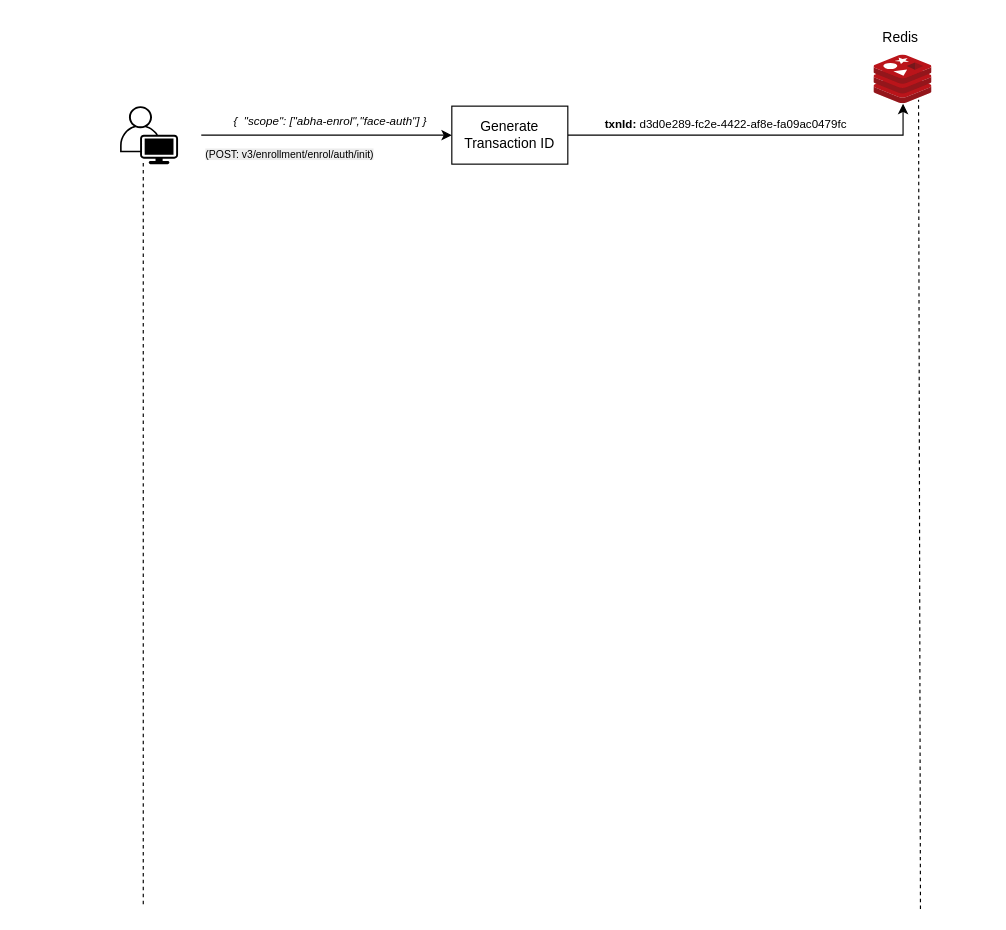
Earlier version of the draw.io diagram Face_auth_without_pid_workflow.drawio (maddy23285/policies). Source tidied: cells renumbered, new cells numbered last; positions are measured from the earlier drawing's top-left corner, leaving out a move shared by most shapes. Both pictures are drawn from the tidied source at 116%, with x=0, y=0 at pixel (119, 20). Pictures stored in the file or linked from it are replaced by grey dashed boxes.
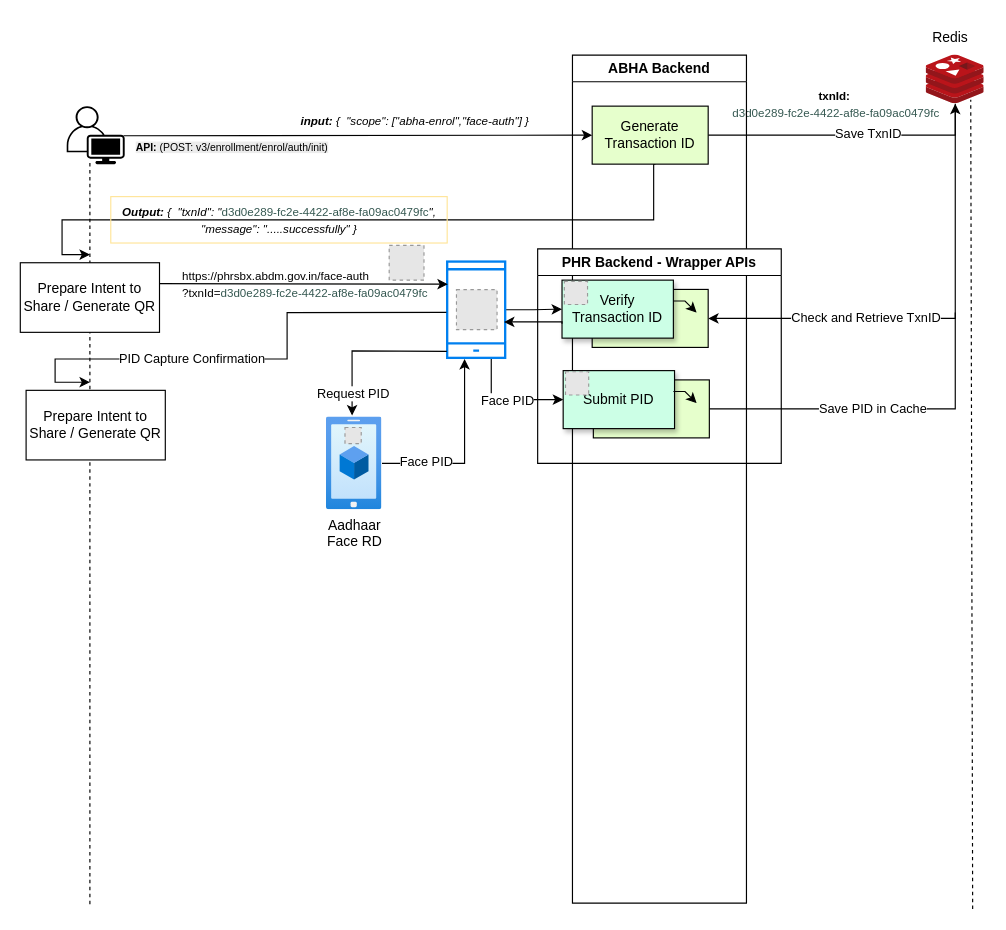
The same diagram, later.

Unchanged cells that the change refers to:
```xml
<mxCell id="2" style="edgeStyle=orthogonalEdgeStyle;rounded=0;jettySize=auto;html=1;" parent="1" edge="1" source="3" target="9">
  <mxGeometry relative="1" as="geometry" />
</mxCell>
```

The edit, as a diff of the source:
```diff
@@
+    <mxCell id="13" value="Save TxnID" style="edgeLabel;html=1;align=center;verticalAlign=middle;" parent="2" vertex="1">
+      <mxGeometry x="-0.17" y="2" relative="1" as="geometry">
+        <mxPoint x="37" as="offset" />
+      </mxGeometry>
+    </mxCell>
+    <mxCell id="14" style="edgeStyle=orthogonalEdgeStyle;rounded=0;jettySize=auto;html=1;exitX=0.545;exitY=1;exitDx=0;exitDy=0;exitPerimeter=0;" parent="1" edge="1" source="3">
+      <mxGeometry relative="1" as="geometry">
+        <mxPoint x="-26" y="202" as="targetPoint" />
+        <Array as="points">
+          <mxPoint x="460" y="124" />
+          <mxPoint x="460" y="172" />
+          <mxPoint x="-50" y="172" />
+          <mxPoint x="-50" y="202" />
+        </Array>
+      </mxGeometry>
+    </mxCell>
-    <mxCell id="3" value="Generate Transaction ID" style="rounded=0;whiteSpace=wrap;html=1;" parent="1" vertex="1">
-      <mxGeometry x="286" y="74" width="100" height="50" as="geometry" />
+    <mxCell id="3" value="Generate Transaction ID" style="rounded=0;whiteSpace=wrap;html=1;fillColor=#E6FFCC;" parent="1" vertex="1">
+      <mxGeometry x="407" y="74" width="100" height="50" as="geometry" />
     </mxCell>
     <mxCell id="4" style="points=[[0.35,0,0],[0.98,0.51,0],[1,0.71,0],[0.67,1,0],[0,0.795,0],[0,0.65,0]];verticalLabelPosition=bottom;sketch=0;html=1;verticalAlign=top;align=center;shape=mxgraph.cisco19.user;fillColor=#000000;strokeColor=none;" parent="1" vertex="1">
-      <mxGeometry y="74" width="50" height="50" as="geometry" />
+      <mxGeometry x="-46" y="74" width="50" height="50" as="geometry" />
     </mxCell>
-    <mxCell id="5" style="endArrow=classic;html=1;rounded=0;entryX=0;entryY=0.5;entryDx=0;entryDy=0;" parent="1" edge="1" target="3">
-      <mxGeometry relative="1" as="geometry">
-        <mxPoint x="70" y="99" as="sourcePoint" />
-      </mxGeometry>
+    <mxCell id="5" style="endArrow=classic;html=1;rounded=0;entryX=0;entryY=0.5;entryDx=0;entryDy=0;exitX=0.98;exitY=0.51;exitDx=0;exitDy=0;exitPerimeter=0;" parent="1" edge="1" source="4" target="3">
+      <mxGeometry relative="1" as="geometry" />
     </mxCell>
-    <mxCell id="6" value="&lt;span style=&quot;color: rgb(0, 0, 0); font-family: Helvetica; font-size: 9px; font-style: normal; font-variant-ligatures: normal; font-variant-caps: normal; font-weight: 400; letter-spacing: normal; orphans: 2; text-align: center; text-indent: 0px; text-transform: none; widows: 2; word-spacing: 0px; -webkit-text-stroke-width: 0px; white-space: nowrap; background-color: rgb(236, 236, 236); text-decoration-thickness: initial; text-decoration-style: initial; text-decoration-color: initial; float: none; display: inline !important;&quot;&gt;(POST: v3/enrollment/enrol/auth/init)&lt;/span&gt;" style="text;whiteSpace=wrap;html=1;" parent="1" vertex="1">
-      <mxGeometry x="72" y="101" width="151" height="24" as="geometry" />
+    <mxCell id="6" value="&lt;span style=&quot;color: rgb(0, 0, 0); font-family: Helvetica; font-size: 9px; font-style: normal; font-variant-ligatures: normal; font-variant-caps: normal; letter-spacing: normal; orphans: 2; text-align: center; text-indent: 0px; text-transform: none; widows: 2; word-spacing: 0px; -webkit-text-stroke-width: 0px; white-space: nowrap; background-color: rgb(236, 236, 236); text-decoration-thickness: initial; text-decoration-style: initial; text-decoration-color: initial; float: none; display: inline !important;&quot;&gt;&lt;b&gt;API:&lt;/b&gt;&lt;/span&gt;&lt;span style=&quot;color: rgb(0, 0, 0); font-family: Helvetica; font-size: 9px; font-style: normal; font-variant-ligatures: normal; font-variant-caps: normal; font-weight: 400; letter-spacing: normal; orphans: 2; text-align: center; text-indent: 0px; text-transform: none; widows: 2; word-spacing: 0px; -webkit-text-stroke-width: 0px; white-space: nowrap; background-color: rgb(236, 236, 236); text-decoration-thickness: initial; text-decoration-style: initial; text-decoration-color: initial; float: none; display: inline !important;&quot;&gt; (POST: v3/enrollment/enrol/auth/init)&lt;/span&gt;" style="text;whiteSpace=wrap;html=1;" parent="1" vertex="1">
+      <mxGeometry x="12" y="95" width="151" height="24" as="geometry" />
     </mxCell>
-    <mxCell id="7" value="&lt;div&gt;&lt;i&gt;&lt;font size=&quot;1&quot;&gt;{&amp;nbsp;&amp;nbsp;&lt;/font&gt;&lt;span style=&quot;font-size: x-small; background-color: transparent; color: light-dark(rgb(0, 0, 0), rgb(255, 255, 255));&quot;&gt;&quot;scope&quot;: [&lt;/span&gt;&lt;span style=&quot;font-size: x-small; background-color: transparent; color: light-dark(rgb(0, 0, 0), rgb(255, 255, 255));&quot;&gt;&quot;abha-enrol&quot;,&lt;/span&gt;&lt;span style=&quot;font-size: x-small; background-color: transparent; color: light-dark(rgb(0, 0, 0), rgb(255, 255, 255));&quot;&gt;&quot;face-auth&quot;&lt;/span&gt;&lt;span style=&quot;font-size: x-small; background-color: transparent; color: light-dark(rgb(0, 0, 0), rgb(255, 255, 255));&quot;&gt;]&amp;nbsp;&lt;/span&gt;&lt;span style=&quot;font-size: x-small; background-color: transparent; color: light-dark(rgb(0, 0, 0), rgb(255, 255, 255));&quot;&gt;}&lt;/span&gt;&lt;/i&gt;&lt;/div&gt;" style="text;html=1;align=center;verticalAlign=middle;strokeColor=none;fillColor=none;" parent="1" vertex="1">
-      <mxGeometry x="86" y="72" width="190" height="30" as="geometry" />
+    <mxCell id="7" value="&lt;div&gt;&lt;i&gt;&lt;font size=&quot;1&quot;&gt;&lt;b&gt;input:&lt;/b&gt; {&amp;nbsp;&amp;nbsp;&lt;/font&gt;&lt;span style=&quot;font-size: x-small; background-color: transparent; color: light-dark(rgb(0, 0, 0), rgb(255, 255, 255));&quot;&gt;&quot;scope&quot;: [&lt;/span&gt;&lt;span style=&quot;font-size: x-small; background-color: transparent; color: light-dark(rgb(0, 0, 0), rgb(255, 255, 255));&quot;&gt;&quot;abha-enrol&quot;,&lt;/span&gt;&lt;span style=&quot;font-size: x-small; background-color: transparent; color: light-dark(rgb(0, 0, 0), rgb(255, 255, 255));&quot;&gt;&quot;face-auth&quot;&lt;/span&gt;&lt;span style=&quot;font-size: x-small; background-color: transparent; color: light-dark(rgb(0, 0, 0), rgb(255, 255, 255));&quot;&gt;]&amp;nbsp;&lt;/span&gt;&lt;span style=&quot;font-size: x-small; background-color: transparent; color: light-dark(rgb(0, 0, 0), rgb(255, 255, 255));&quot;&gt;}&lt;/span&gt;&lt;/i&gt;&lt;/div&gt;" style="text;html=1;align=center;verticalAlign=middle;strokeColor=none;fillColor=none;" parent="1" vertex="1">
+      <mxGeometry x="144" y="72" width="220" height="30" as="geometry" />
     </mxCell>
     <mxCell id="8" style="endArrow=none;dashed=1;html=1;rounded=0;" parent="1" edge="1">
       <mxGeometry relative="1" as="geometry">
-        <mxPoint x="20" y="762" as="sourcePoint" />
-        <mxPoint x="20" y="122" as="targetPoint" />
+        <mxPoint x="-26" y="762" as="sourcePoint" />
+        <mxPoint x="-26" y="122" as="targetPoint" />
       </mxGeometry>
     </mxCell>
+    <mxCell id="15" style="edgeStyle=orthogonalEdgeStyle;rounded=0;jettySize=auto;html=1;entryX=1;entryY=0.5;entryDx=0;entryDy=0;" parent="1" edge="1" source="9" target="27">
+      <mxGeometry relative="1" as="geometry">
+        <Array as="points">
+          <mxPoint x="720" y="257" />
+        </Array>
+      </mxGeometry>
+    </mxCell>
+    <mxCell id="16" value="Check and Retrieve TxnID" style="edgeLabel;html=1;align=center;verticalAlign=middle;" parent="15" vertex="1">
+      <mxGeometry x="0.52" y="-1" relative="1" as="geometry">
+        <mxPoint x="39" as="offset" />
+      </mxGeometry>
+    </mxCell>
     <mxCell id="9" style="image;sketch=0;html=1;points=[];align=center;fontSize=12;image=img/lib/mscae/Cache_Redis_Product.svg;" parent="1" vertex="1">
-      <mxGeometry x="650" y="30" width="50" height="42" as="geometry" />
+      <mxGeometry x="695" y="30" width="50" height="42" as="geometry" />
     </mxCell>
-    <mxCell id="10" value="&lt;font size=&quot;1&quot;&gt;&lt;span style=&quot;font-style: normal;&quot;&gt;&lt;b&gt;txnId:&lt;/b&gt;&amp;nbsp;d3d0e289-fc2e-4422-af8e-fa09ac0479fc&lt;/span&gt;&lt;/font&gt;" style="text;html=1;align=center;verticalAlign=middle;strokeColor=none;fillColor=none;fontStyle=2;" parent="1" vertex="1">
-      <mxGeometry x="407" y="74" width="230" height="30" as="geometry" />
+    <mxCell id="10" value="&lt;font size=&quot;1&quot;&gt;&lt;span style=&quot;font-style: normal;&quot;&gt;&lt;b&gt;txnId:&lt;/b&gt;&amp;nbsp;&lt;/span&gt;&lt;/font&gt;&lt;div&gt;&lt;font style=&quot;color: rgb(53, 88, 81);&quot; size=&quot;1&quot;&gt;&lt;span style=&quot;font-style: normal;&quot;&gt;d3d0e289-fc2e-4422-af8e-fa09ac0479fc&lt;/span&gt;&lt;/font&gt;&lt;/div&gt;" style="text;html=1;align=center;verticalAlign=middle;strokeColor=none;fillColor=none;fontStyle=2;" parent="1" vertex="1">
+      <mxGeometry x="517" y="52" width="200" height="40" as="geometry" />
     </mxCell>
     <mxCell id="11" value="Redis" style="text;html=1;align=center;verticalAlign=middle;whiteSpace=wrap;rounded=0;" parent="1" vertex="1">
-      <mxGeometry x="643" width="60" height="30" as="geometry" />
+      <mxGeometry x="686" width="60" height="30" as="geometry" />
     </mxCell>
     <mxCell id="12" style="endArrow=none;dashed=1;html=1;rounded=0;entryX=0.767;entryY=0.915;entryDx=0;entryDy=0;entryPerimeter=0;" parent="1" edge="1" target="9">
       <mxGeometry relative="1" as="geometry">
-        <mxPoint x="690" y="766.2" as="sourcePoint" />
+        <mxPoint x="735" y="766.2" as="sourcePoint" />
       </mxGeometry>
     </mxCell>
+    <mxCell id="17" value="Prepare Intent to Share / Generate QR" style="rounded=0;whiteSpace=wrap;html=1;" parent="1" vertex="1">
+      <mxGeometry x="-86" y="209" width="120" height="60" as="geometry" />
+    </mxCell>
+    <mxCell id="18" style="edgeStyle=orthogonalEdgeStyle;rounded=0;jettySize=auto;html=1;entryX=0;entryY=0.5;entryDx=0;entryDy=0;" parent="1" edge="1" source="21" target="28">
+      <mxGeometry relative="1" as="geometry" />
+    </mxCell>
+    <mxCell id="19" style="edgeStyle=orthogonalEdgeStyle;rounded=0;jettySize=auto;html=1;entryX=0;entryY=0.5;entryDx=0;entryDy=0;" parent="1" edge="1" source="21" target="32">
+      <mxGeometry relative="1" as="geometry">
+        <Array as="points">
+          <mxPoint x="320" y="327" />
+        </Array>
+      </mxGeometry>
+    </mxCell>
+    <mxCell id="20" value="Face PID" style="edgeLabel;html=1;align=center;verticalAlign=middle;" parent="19" vertex="1">
+      <mxGeometry x="-0.04" relative="1" as="geometry">
+        <mxPoint x="2" as="offset" />
+      </mxGeometry>
+    </mxCell>
+    <mxCell id="21" style="html=1;verticalLabelPosition=bottom;align=center;labelBackgroundColor=#ffffff;verticalAlign=top;strokeWidth=2;strokeColor=#0080F0;shadow=0;dashed=0;shape=mxgraph.ios7.icons.smartphone;" parent="1" vertex="1">
+      <mxGeometry x="282" y="208" width="50" height="83" as="geometry" />
+    </mxCell>
+    <mxCell id="22" style="edgeStyle=orthogonalEdgeStyle;rounded=0;jettySize=auto;html=1;entryX=0.011;entryY=0.235;entryDx=0;entryDy=0;entryPerimeter=0;" parent="1" edge="1" target="21">
+      <mxGeometry relative="1" as="geometry">
+        <mxPoint x="34" y="227" as="sourcePoint" />
+      </mxGeometry>
+    </mxCell>
+    <mxCell id="23" style="fillColor=#E6E6E6;strokeColor=#999999;dashed=1;html=1;verticalAlign=top;verticalLabelPosition=bottom;labelBackgroundColor=#ffffff;" parent="1" vertex="1">
+      <mxGeometry x="232" y="194" width="30" height="30" as="geometry" />
+    </mxCell>
+    <mxCell id="24" value="&lt;font style=&quot;&quot; size=&quot;1&quot;&gt;&lt;span style=&quot;font-style: normal;&quot;&gt;https://phrsbx.abdm.gov.in/face-auth&lt;br&gt;?txnId=&lt;/span&gt;&lt;/font&gt;&lt;span style=&quot;font-size: x-small; font-style: normal;&quot;&gt;&lt;font style=&quot;color: rgb(53, 88, 81);&quot;&gt;d3d0e289-fc2e-4422-af8e-fa09ac0479fc&lt;/font&gt;&lt;/span&gt;" style="text;html=1;align=left;verticalAlign=middle;strokeColor=none;fillColor=none;fontStyle=2;" parent="1" vertex="1">
+      <mxGeometry x="52" y="207" width="240" height="40" as="geometry" />
+    </mxCell>
+    <mxCell id="25" value="ABHA Backend" style="swimlane;whiteSpace=wrap;html=1;" parent="1" vertex="1">
+      <mxGeometry x="390" y="30" width="150" height="731" as="geometry" />
+    </mxCell>
+    <mxCell id="26" value="PHR Backend - Wrapper APIs" style="swimlane;whiteSpace=wrap;html=1;" parent="1" vertex="1">
+      <mxGeometry x="360" y="197" width="210" height="185" as="geometry" />
+    </mxCell>
+    <mxCell id="27" style="rounded=0;whiteSpace=wrap;html=1;fillColor=#E6FFCC;" parent="26" vertex="1">
+      <mxGeometry x="47" y="35" width="100" height="50" as="geometry" />
+    </mxCell>
+    <mxCell id="28" value="Verify &lt;br&gt;Transaction ID" style="rounded=0;whiteSpace=wrap;html=1;fillColor=#CCFFE6;shadow=1;" parent="26" vertex="1">
+      <mxGeometry x="21" y="27" width="96" height="50" as="geometry" />
+    </mxCell>
+    <mxCell id="29" style="fillColor=#E6E6E6;strokeColor=#999999;dashed=1;html=1;verticalAlign=top;verticalLabelPosition=bottom;labelBackgroundColor=#ffffff;" parent="26" vertex="1">
+      <mxGeometry x="23" y="28" width="20" height="20" as="geometry" />
+    </mxCell>
+    <mxCell id="30" style="endArrow=classic;html=1;rounded=0;" parent="26" edge="1">
+      <mxGeometry relative="1" as="geometry">
+        <mxPoint x="117" y="45" as="sourcePoint" />
+        <mxPoint x="137" y="55" as="targetPoint" />
+        <Array as="points">
+          <mxPoint x="127" y="45" />
+        </Array>
+      </mxGeometry>
+    </mxCell>
+    <mxCell id="31" style="rounded=0;whiteSpace=wrap;html=1;fillColor=#E6FFCC;" parent="26" vertex="1">
+      <mxGeometry x="48" y="113" width="100" height="50" as="geometry" />
+    </mxCell>
+    <mxCell id="32" value="Submit PID" style="rounded=0;whiteSpace=wrap;html=1;fillColor=#CCFFE6;shadow=1;" parent="26" vertex="1">
+      <mxGeometry x="22" y="105" width="96" height="50" as="geometry" />
+    </mxCell>
+    <mxCell id="33" style="endArrow=classic;html=1;rounded=0;" parent="26" edge="1">
+      <mxGeometry relative="1" as="geometry">
+        <mxPoint x="117" y="123" as="sourcePoint" />
+        <mxPoint x="137" y="133" as="targetPoint" />
+        <Array as="points">
+          <mxPoint x="127" y="123" />
+        </Array>
+      </mxGeometry>
+    </mxCell>
+    <mxCell id="34" style="edgeStyle=orthogonalEdgeStyle;rounded=0;jettySize=auto;html=1;entryX=0.98;entryY=0.627;entryDx=0;entryDy=0;entryPerimeter=0;exitX=0;exitY=0.75;exitDx=0;exitDy=0;" parent="1" edge="1" source="28" target="21">
+      <mxGeometry relative="1" as="geometry">
+        <Array as="points">
+          <mxPoint x="381" y="260" />
+        </Array>
+      </mxGeometry>
+    </mxCell>
+    <mxCell id="35" style="fillColor=#E6E6E6;strokeColor=#999999;dashed=1;html=1;verticalAlign=top;verticalLabelPosition=bottom;labelBackgroundColor=#ffffff;" parent="1" vertex="1">
+      <mxGeometry x="384" y="303" width="20" height="20" as="geometry" />
+    </mxCell>
+    <mxCell id="36" value="Aadhaar &lt;br&gt;Face RD" style="image;html=1;points=[];align=center;fontSize=12;image=img/lib/azure2/general/Mobile.svg;" parent="1" vertex="1">
+      <mxGeometry x="178" y="342" width="47.8" height="80" as="geometry" />
+    </mxCell>
+    <mxCell id="37" style="fillColor=#E6E6E6;strokeColor=#999999;dashed=1;html=1;verticalAlign=top;verticalLabelPosition=bottom;labelBackgroundColor=#ffffff;" parent="1" vertex="1">
+      <mxGeometry x="193.9" y="351" width="14" height="14" as="geometry" />
+    </mxCell>
+    <mxCell id="38" style="fillColor=#E6E6E6;strokeColor=#999999;dashed=1;verticalLabelPosition=bottom;labelBackgroundColor=default;verticalAlign=top;" parent="1" vertex="1">
+      <mxGeometry x="290" y="232.2" width="35" height="34.5" as="geometry" />
+    </mxCell>
+    <mxCell id="39" style="endArrow=classic;html=1;rounded=0;entryX=0.461;entryY=-0.017;entryDx=0;entryDy=0;entryPerimeter=0;exitX=-0.007;exitY=0.932;exitDx=0;exitDy=0;exitPerimeter=0;" parent="1" edge="1" source="21" target="36">
+      <mxGeometry relative="1" as="geometry">
+        <Array as="points">
+          <mxPoint x="200" y="285" />
+        </Array>
+      </mxGeometry>
+    </mxCell>
+    <mxCell id="40" value="Request PID" style="edgeLabel;html=1;align=center;verticalAlign=middle;" parent="39" vertex="1">
+      <mxGeometry x="0.01" y="5" relative="1" as="geometry">
+        <mxPoint x="-12" y="31" as="offset" />
+      </mxGeometry>
+    </mxCell>
+    <mxCell id="41" style="edgeStyle=orthogonalEdgeStyle;rounded=0;jettySize=auto;html=1;entryX=0.3;entryY=1.012;entryDx=0;entryDy=0;entryPerimeter=0;" parent="1" edge="1" source="36" target="21">
+      <mxGeometry relative="1" as="geometry" />
+    </mxCell>
+    <mxCell id="42" value="Face PID" style="edgeLabel;html=1;align=center;verticalAlign=middle;" parent="41" vertex="1">
+      <mxGeometry x="-0.39" y="1" relative="1" as="geometry">
+        <mxPoint x="-11" y="-1" as="offset" />
+      </mxGeometry>
+    </mxCell>
+    <mxCell id="43" style="endArrow=none;html=1;rounded=0;exitX=1;exitY=0.5;exitDx=0;exitDy=0;" parent="1" edge="1" source="31">
+      <mxGeometry relative="1" as="geometry">
+        <mxPoint x="720" y="252" as="targetPoint" />
+        <Array as="points">
+          <mxPoint x="720" y="335" />
+        </Array>
+      </mxGeometry>
+    </mxCell>
+    <mxCell id="44" value="Save PID in Cache" style="edgeLabel;html=1;align=center;verticalAlign=middle;" parent="43" vertex="1">
+      <mxGeometry x="-0.37" relative="1" as="geometry">
+        <mxPoint x="47" y="-1" as="offset" />
+      </mxGeometry>
+    </mxCell>
+    <mxCell id="45" value="&lt;div&gt;&lt;i&gt;&lt;font size=&quot;1&quot;&gt;&lt;b&gt;Output:&lt;/b&gt; {&amp;nbsp;&amp;nbsp;&lt;/font&gt;&lt;span style=&quot;font-size: x-small; background-color: transparent; color: light-dark(rgb(0, 0, 0), rgb(255, 255, 255));&quot;&gt;&quot;txnId&quot;: &lt;/span&gt;&lt;span style=&quot;font-size: x-small; background-color: transparent; color: light-dark(rgb(0, 0, 0), rgb(255, 255, 255));&quot;&gt;&quot;&lt;/span&gt;&lt;/i&gt;&lt;span style=&quot;font-size: x-small; background-color: transparent;&quot;&gt;&lt;font style=&quot;color: light-dark(rgb(53, 88, 81), rgb(255, 255, 255));&quot;&gt;d3d0e289-fc2e-4422-af8e-fa09ac0479fc&lt;/font&gt;&lt;/span&gt;&lt;i style=&quot;background-color: transparent; color: light-dark(rgb(0, 0, 0), rgb(255, 255, 255));&quot;&gt;&lt;span style=&quot;font-size: x-small; background-color: transparent; color: light-dark(rgb(0, 0, 0), rgb(255, 255, 255));&quot;&gt;&quot;,&lt;br&gt;&lt;/span&gt;&lt;span style=&quot;font-size: x-small; background-color: transparent; color: light-dark(rgb(0, 0, 0), rgb(255, 255, 255));&quot;&gt;&quot;message&quot;: &quot;.....successfully&quot;&lt;/span&gt;&lt;span style=&quot;font-size: x-small; background-color: transparent; color: light-dark(rgb(0, 0, 0), rgb(255, 255, 255));&quot;&gt;&amp;nbsp;&lt;/span&gt;&lt;span style=&quot;font-size: x-small; background-color: transparent; color: light-dark(rgb(0, 0, 0), rgb(255, 255, 255));&quot;&gt;}&lt;/span&gt;&lt;/i&gt;&lt;/div&gt;" style="text;html=1;align=center;verticalAlign=middle;strokeColor=#FFE599;fillColor=none;" parent="1" vertex="1">
+      <mxGeometry x="-8" y="152" width="290" height="40" as="geometry" />
+    </mxCell>
+    <mxCell id="46" style="endArrow=classic;html=1;rounded=0;exitX=-0.014;exitY=0.528;exitDx=0;exitDy=0;exitPerimeter=0;" parent="1" edge="1" source="21">
+      <mxGeometry relative="1" as="geometry">
+        <mxPoint x="-26" y="312" as="targetPoint" />
+        <Array as="points">
+          <mxPoint x="144" y="252" />
+          <mxPoint x="144" y="292" />
+          <mxPoint x="-56" y="292" />
+          <mxPoint x="-56" y="312" />
+        </Array>
+      </mxGeometry>
+    </mxCell>
+    <mxCell id="47" value="PID Capture Confirmation" style="edgeLabel;html=1;align=center;verticalAlign=middle;" parent="46" vertex="1">
+      <mxGeometry x="0.46" y="-1" relative="1" as="geometry">
+        <mxPoint x="52" as="offset" />
+      </mxGeometry>
+    </mxCell>
+    <mxCell id="48" value="Prepare Intent to Share / Generate QR" style="rounded=0;whiteSpace=wrap;html=1;" parent="1" vertex="1">
+      <mxGeometry x="-81" y="319" width="120" height="60" as="geometry" />
+    </mxCell>
```
